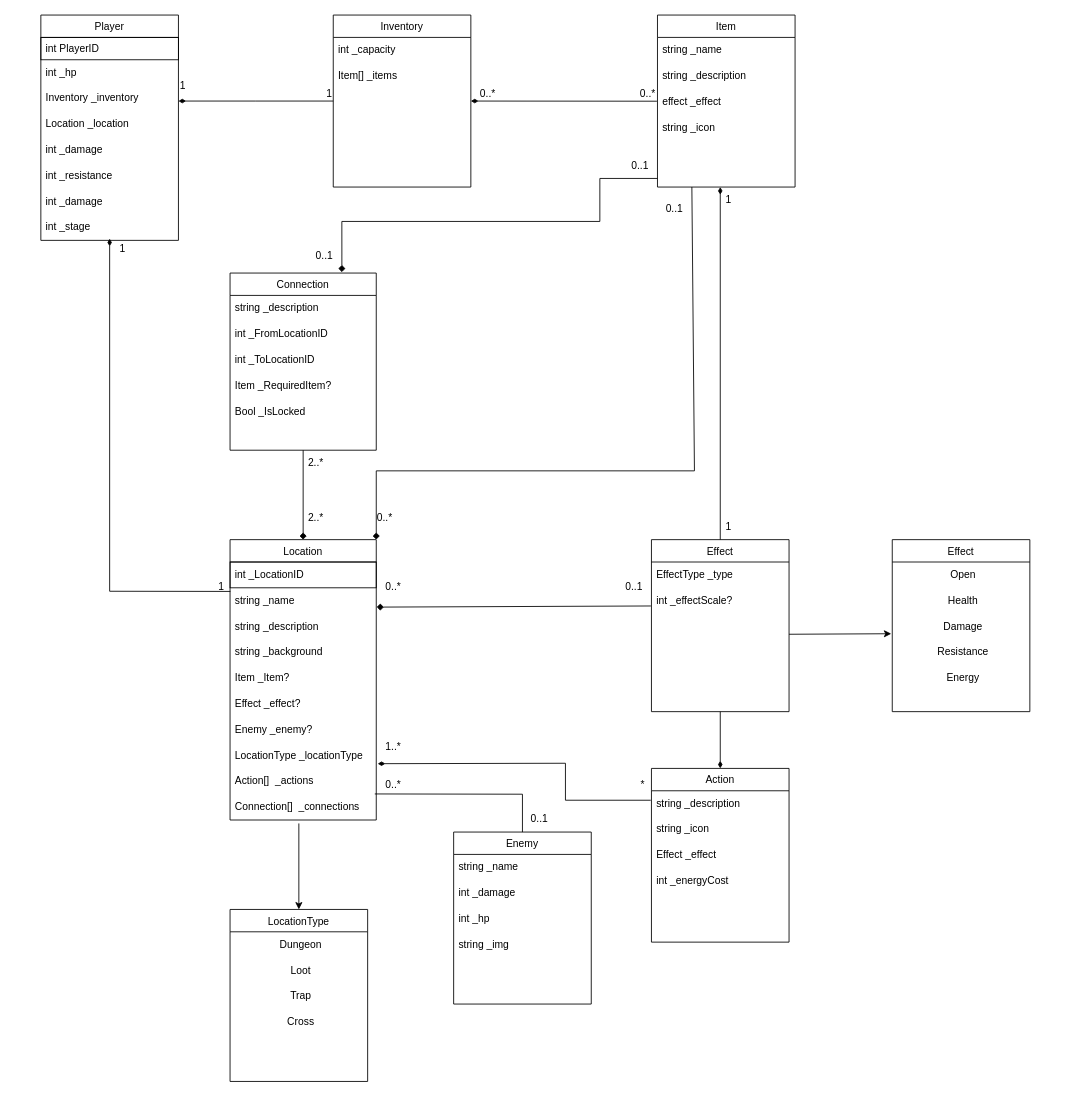
The draw.io diagram UML/GamebookModels.drawio in pslib-cz/2023-p3a-web-gamebook-kelbasa-matejka, before the edit. Source tidied: cells renumbered, new cells numbered last; positions are measured from the earlier drawing's top-left corner, leaving out a move shared by most shapes. Both pictures are drawn from the tidied source at 86%, with x=0, y=0 at pixel (40, 15).
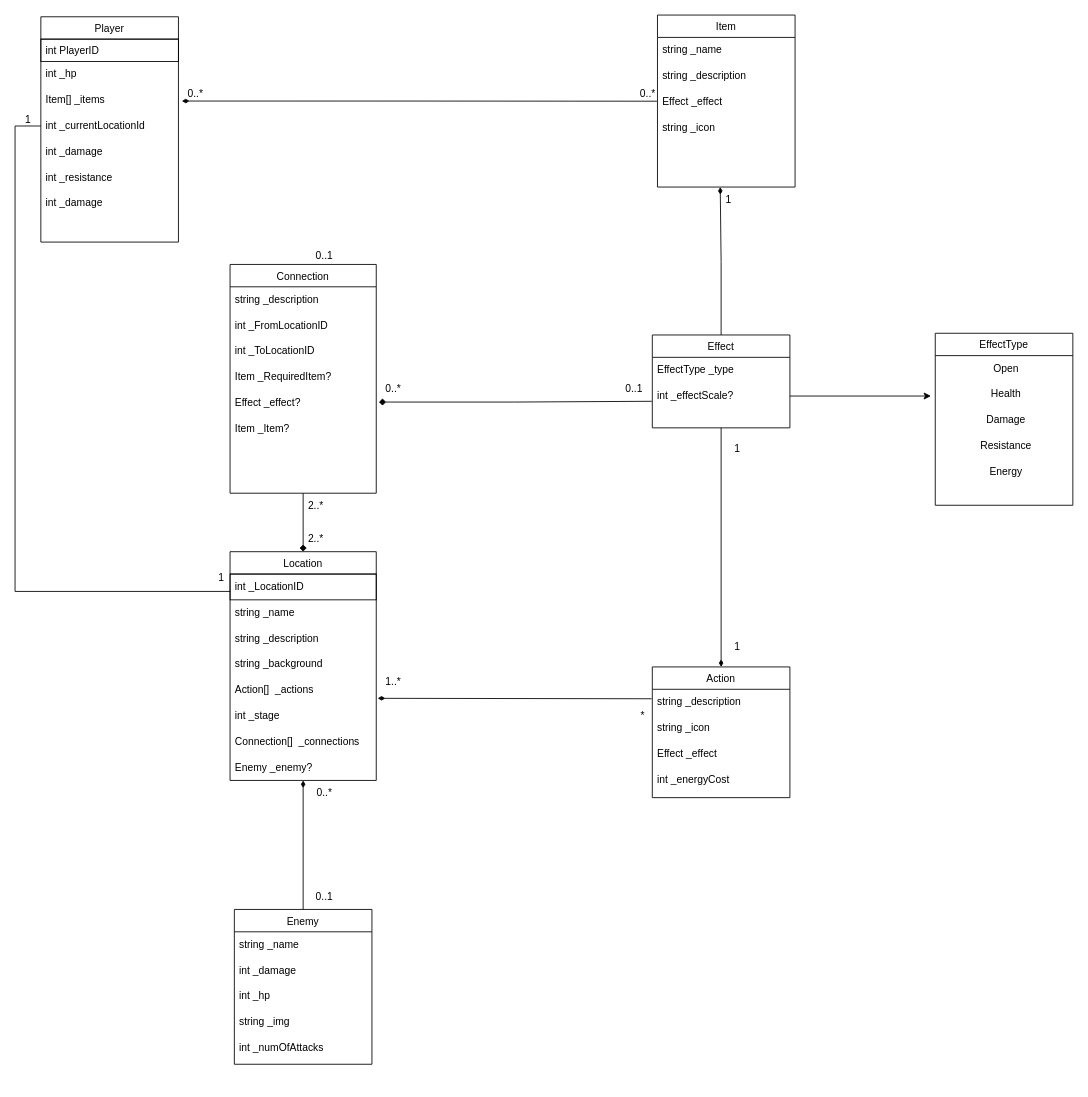
Above is the later version.

Commit message (it also covers changes not shown here):
Minimalizace diagramu

The change refers to these unchanged cells:
```xml
<mxCell id="17" value="Item" style="swimlane;fontStyle=0;align=center;verticalAlign=top;horizontal=1;startSize=26;rounded=0;shadow=0;strokeWidth=1;" parent="1" vertex="1">
  <mxGeometry x="717" width="160" height="200" as="geometry" />
</mxCell>
<mxCell id="27" value="int _effectScale?" style="text;html=1;align=left;verticalAlign=middle;points=[];strokeColor=none;fillColor=none;spacingLeft=4;" parent="25" vertex="1">
  <mxGeometry y="56" width="160" height="30" as="geometry" />
</mxCell>
<mxCell id="33" value="Health" style="text;html=1;align=center;verticalAlign=middle;points=[];strokeColor=none;fillColor=none;spacingLeft=4;" parent="31" vertex="1">
  <mxGeometry y="56" width="160" height="30" as="geometry" />
</mxCell>
<mxCell id="34" value="Damage" style="text;html=1;align=center;verticalAlign=middle;points=[];strokeColor=none;fillColor=none;spacingLeft=4;" parent="31" vertex="1">
  <mxGeometry y="86" width="160" height="30" as="geometry" />
</mxCell>
<mxCell id="40" value="string _name" style="text;html=1;align=left;verticalAlign=middle;points=[];strokeColor=none;fillColor=none;spacingLeft=4;" parent="38" vertex="1">
  <mxGeometry y="56" width="170" height="30" as="geometry" />
</mxCell>
<mxCell id="83" value="string _description" style="text;html=1;align=left;verticalAlign=middle;points=[];strokeColor=none;fillColor=none;spacingLeft=4;" parent="82" vertex="1">
  <mxGeometry y="26" width="160" height="30" as="geometry" />
</mxCell>
```

The edit, as a diff of the source:
```diff
@@
     <mxCell id="2" value="Player" style="swimlane;fontStyle=0;align=center;verticalAlign=top;horizontal=1;startSize=26;rounded=0;shadow=0;strokeWidth=1;" parent="1" vertex="1">
-      <mxGeometry width="160" height="262" as="geometry" />
+      <mxGeometry y="2" width="160" height="262" as="geometry" />
     </mxCell>
@@
-    <mxCell id="5" value="Inventory _inventory" style="text;html=1;align=left;verticalAlign=middle;points=[];strokeColor=none;fillColor=none;spacingLeft=4;" parent="2" vertex="1">
+    <mxCell id="5" value="Item[] _items" style="text;html=1;align=left;verticalAlign=middle;points=[];strokeColor=none;fillColor=none;spacingLeft=4;" parent="2" vertex="1">
       <mxGeometry y="82" width="160" height="30" as="geometry" />
     </mxCell>
-    <mxCell id="6" value="Location _location" style="text;html=1;align=left;verticalAlign=middle;points=[];strokeColor=none;fillColor=none;spacingLeft=4;" parent="2" vertex="1">
+    <mxCell id="6" value="int _currentLocationId" style="text;html=1;align=left;verticalAlign=middle;points=[];strokeColor=none;fillColor=none;spacingLeft=4;" parent="2" vertex="1">
       <mxGeometry y="112" width="160" height="30" as="geometry" />
     </mxCell>
@@
-    <mxCell id="10" value="int _stage" style="text;html=1;align=left;verticalAlign=middle;strokeColor=none;fillColor=none;spacingLeft=4;" parent="2" vertex="1">
-      <mxGeometry y="232" width="160" height="30" as="geometry" />
-    </mxCell>
-    <mxCell id="11" value="Inventory" style="swimlane;fontStyle=0;align=center;verticalAlign=top;horizontal=1;startSize=26;rounded=0;shadow=0;strokeWidth=1;" parent="1" vertex="1">
-      <mxGeometry x="340" width="160" height="200" as="geometry" />
-    </mxCell>
-    <mxCell id="12" value="int _capacity" style="text;html=1;align=left;verticalAlign=middle;strokeColor=none;fillColor=none;spacingLeft=4;" parent="11" vertex="1">
-      <mxGeometry y="26" width="160" height="30" as="geometry" />
-    </mxCell>
-    <mxCell id="13" value="Item[] _items" style="text;html=1;align=left;verticalAlign=middle;strokeColor=none;fillColor=none;spacingLeft=4;" parent="11" vertex="1">
-      <mxGeometry y="56" width="160" height="30" as="geometry" />
-    </mxCell>
-    <mxCell id="14" style="endArrow=none;shadow=0;strokeWidth=1;rounded=0;endFill=0;edgeStyle=elbowEdgeStyle;elbow=vertical;startArrow=diamondThin;startFill=1;" parent="1" edge="1" source="2" target="11">
-      <mxGeometry x="0.5" y="41" relative="1" as="geometry">
-        <mxPoint x="-40" y="32" as="offset" />
-      </mxGeometry>
-    </mxCell>
-    <mxCell id="15" value="1" style="align=left;verticalAlign=bottom;labelBackgroundColor=none;fontSize=12;" parent="14" vertex="1">
-      <mxGeometry x="-1" relative="1" as="geometry">
-        <mxPoint y="-10" as="offset" />
-      </mxGeometry>
-    </mxCell>
-    <mxCell id="16" value="1" style="align=right;verticalAlign=bottom;labelBackgroundColor=none;fontSize=12;" parent="14" vertex="1">
-      <mxGeometry x="1" relative="1" as="geometry" />
-    </mxCell>
@@
-    <mxCell id="20" value="effect _effect" style="text;html=1;align=left;verticalAlign=middle;points=[];strokeColor=none;fillColor=none;spacingLeft=4;" parent="17" vertex="1">
+    <mxCell id="20" value="Effect _effect" style="text;html=1;align=left;verticalAlign=middle;points=[];strokeColor=none;fillColor=none;spacingLeft=4;" parent="17" vertex="1">
       <mxGeometry y="86" width="160" height="30" as="geometry" />
     </mxCell>
@@
-    <mxCell id="22" style="endArrow=none;html=1;rounded=0;exitX=1;exitY=0.5;exitDx=0;exitDy=0;startArrow=diamondThin;startFill=1;entryX=-0.004;entryY=0.473;entryDx=0;entryDy=0;entryPerimeter=0;" parent="1" edge="1" source="11" target="20">
+    <mxCell id="22" style="endArrow=none;html=1;rounded=0;exitX=1.025;exitY=0.533;exitDx=0;exitDy=0;startArrow=diamondThin;startFill=1;entryX=-0.004;entryY=0.473;entryDx=0;entryDy=0;entryPerimeter=0;exitPerimeter=0;edgeStyle=orthogonalEdgeStyle;" parent="1" edge="1" source="5" target="20">
       <mxGeometry relative="1" as="geometry" />
     </mxCell>
     <mxCell id="23" value="0..*" style="align=right;verticalAlign=bottom;labelBackgroundColor=none;fontSize=12;" parent="1" vertex="1">
-      <mxGeometry x="530" y="100" as="geometry" />
+      <mxGeometry x="190" y="100" as="geometry" />
     </mxCell>
@@
     <mxCell id="25" value="Effect" style="swimlane;fontStyle=0;align=center;verticalAlign=top;horizontal=1;startSize=26;rounded=0;shadow=0;strokeWidth=1;" parent="1" vertex="1">
-      <mxGeometry x="710" y="610" width="160" height="200" as="geometry" />
+      <mxGeometry x="711" y="372" width="160" height="108" as="geometry" />
     </mxCell>
@@
-    <mxCell id="28" style="endArrow=diamondThin;html=1;rounded=0;endFill=1;exitX=0.5;exitY=0;exitDx=0;exitDy=0;" parent="1" edge="1" source="25">
+    <mxCell id="28" style="endArrow=diamondThin;html=1;rounded=0;endFill=1;exitX=0.5;exitY=0;exitDx=0;exitDy=0;edgeStyle=orthogonalEdgeStyle;" parent="1" edge="1" source="25">
       <mxGeometry relative="1" as="geometry">
         <mxPoint x="790" y="200" as="targetPoint" />
       </mxGeometry>
     </mxCell>
@@
     <mxCell id="30" value="1" style="text;html=1;strokeColor=none;fillColor=none;align=center;verticalAlign=middle;whiteSpace=wrap;rounded=0;" parent="1" vertex="1">
-      <mxGeometry x="790" y="580" width="20" height="30" as="geometry" />
+      <mxGeometry x="800" y="490" width="20" height="30" as="geometry" />
     </mxCell>
-    <mxCell id="31" value="Effect" style="swimlane;fontStyle=0;align=center;verticalAlign=top;horizontal=1;startSize=26;rounded=0;shadow=0;strokeWidth=1;" parent="1" vertex="1">
-      <mxGeometry x="990" y="610" width="160" height="200" as="geometry" />
+    <mxCell id="31" value="EffectType" style="swimlane;fontStyle=0;align=center;verticalAlign=top;horizontal=1;startSize=26;rounded=0;shadow=0;strokeWidth=1;" parent="1" vertex="1">
+      <mxGeometry x="1040" y="370" width="160" height="200" as="geometry" />
     </mxCell>
@@
-    <mxCell id="37" style="endArrow=classic;html=1;rounded=0;entryX=-0.007;entryY=0.78;entryDx=0;entryDy=0;entryPerimeter=0;" parent="1" edge="1" target="34">
-      <mxGeometry relative="1" as="geometry">
-        <mxPoint x="870" y="720" as="sourcePoint" />
-      </mxGeometry>
-    </mxCell>
     <mxCell id="38" value="Location" style="swimlane;fontStyle=0;align=center;verticalAlign=top;horizontal=1;startSize=26;rounded=0;shadow=0;strokeWidth=1;" parent="1" vertex="1">
-      <mxGeometry x="220" y="610" width="170" height="326" as="geometry" />
+      <mxGeometry x="220" y="624" width="170" height="266" as="geometry" />
     </mxCell>
@@
-    <mxCell id="43" value="Item _Item?" style="text;html=1;align=left;verticalAlign=middle;strokeColor=none;fillColor=none;spacingLeft=4;" parent="38" vertex="1">
-      <mxGeometry y="146" width="170" height="30" as="geometry" />
-    </mxCell>
-    <mxCell id="44" value="Effect _effect?" style="text;html=1;align=left;verticalAlign=middle;points=[];strokeColor=none;fillColor=none;spacingLeft=4;" parent="38" vertex="1">
-      <mxGeometry y="176" width="170" height="30" as="geometry" />
-    </mxCell>
+    <mxCell id="47" value="Action[]&amp;nbsp; _actions" style="text;html=1;align=left;verticalAlign=middle;points=[];strokeColor=none;fillColor=none;spacingLeft=4;" parent="38" vertex="1">
+      <mxGeometry y="146" width="170" height="30" as="geometry" />
+    </mxCell>
+    <mxCell id="10" value="int _stage" style="text;html=1;align=left;verticalAlign=middle;strokeColor=none;fillColor=none;spacingLeft=4;" parent="38" vertex="1">
+      <mxGeometry y="176" width="170" height="30" as="geometry" />
+    </mxCell>
+    <mxCell id="48" value="Connection[]&amp;nbsp; _connections" style="text;html=1;align=left;verticalAlign=middle;strokeColor=none;fillColor=none;spacingLeft=4;" parent="38" vertex="1">
+      <mxGeometry y="206" width="170" height="30" as="geometry" />
+    </mxCell>
     <mxCell id="45" value="Enemy _enemy?" style="text;html=1;align=left;verticalAlign=middle;points=[];strokeColor=none;fillColor=none;spacingLeft=4;" parent="38" vertex="1">
-      <mxGeometry y="206" width="170" height="30" as="geometry" />
+      <mxGeometry y="236" width="170" height="30" as="geometry" />
     </mxCell>
-    <mxCell id="46" value="LocationType _locationType" style="text;html=1;align=left;verticalAlign=middle;points=[];strokeColor=none;fillColor=none;spacingLeft=4;" parent="38" vertex="1">
-      <mxGeometry y="236" width="170" height="30" as="geometry" />
-    </mxCell>
-    <mxCell id="47" value="Action[]&amp;nbsp; _actions" style="text;html=1;align=left;verticalAlign=middle;points=[];strokeColor=none;fillColor=none;spacingLeft=4;" parent="38" vertex="1">
-      <mxGeometry y="266" width="170" height="30" as="geometry" />
-    </mxCell>
-    <mxCell id="48" value="Connection[]&amp;nbsp; _connections" style="text;html=1;align=left;verticalAlign=middle;strokeColor=none;fillColor=none;spacingLeft=4;" parent="38" vertex="1">
-      <mxGeometry y="296" width="170" height="30" as="geometry" />
-    </mxCell>
-    <mxCell id="49" style="endArrow=none;html=1;rounded=0;entryX=0.25;entryY=1;entryDx=0;entryDy=0;exitX=1;exitY=0;exitDx=0;exitDy=0;startArrow=diamond;startFill=1;" parent="1" edge="1" source="38" target="17">
-      <mxGeometry relative="1" as="geometry">
-        <Array as="points">
-          <mxPoint x="390" y="530" />
-          <mxPoint x="760" y="530" />
-        </Array>
-      </mxGeometry>
-    </mxCell>
-    <mxCell id="50" style="endArrow=none;html=1;rounded=0;exitX=1.003;exitY=0.748;exitDx=0;exitDy=0;entryX=-0.004;entryY=0.704;entryDx=0;entryDy=0;entryPerimeter=0;startArrow=diamond;startFill=1;exitPerimeter=0;" parent="1" edge="1" source="40" target="27">
+    <mxCell id="50" style="endArrow=none;html=1;rounded=0;entryX=-0.004;entryY=0.704;entryDx=0;entryDy=0;entryPerimeter=0;startArrow=diamond;startFill=1;exitX=1.018;exitY=0.467;exitDx=0;exitDy=0;exitPerimeter=0;edgeStyle=orthogonalEdgeStyle;" parent="1" edge="1" source="44" target="27">
       <mxGeometry relative="1" as="geometry" />
     </mxCell>
-    <mxCell id="51" value="0..*" style="text;html=1;strokeColor=none;fillColor=none;align=center;verticalAlign=middle;whiteSpace=wrap;rounded=0;" parent="1" vertex="1">
-      <mxGeometry x="390" y="570" width="20" height="30" as="geometry" />
-    </mxCell>
-    <mxCell id="52" value="0..1" style="text;html=1;strokeColor=none;fillColor=none;align=center;verticalAlign=middle;whiteSpace=wrap;rounded=0;" parent="1" vertex="1">
-      <mxGeometry x="717" y="210" width="40" height="30" as="geometry" />
-    </mxCell>
     <mxCell id="53" value="0..*" style="text;html=1;strokeColor=none;fillColor=none;align=center;verticalAlign=middle;whiteSpace=wrap;rounded=0;" parent="1" vertex="1">
-      <mxGeometry x="400" y="650" width="20" height="30" as="geometry" />
+      <mxGeometry x="400" y="420" width="20" height="30" as="geometry" />
     </mxCell>
     <mxCell id="54" value="0..1" style="text;html=1;strokeColor=none;fillColor=none;align=center;verticalAlign=middle;whiteSpace=wrap;rounded=0;" parent="1" vertex="1">
-      <mxGeometry x="680" y="650" width="20" height="30" as="geometry" />
+      <mxGeometry x="680" y="420" width="20" height="30" as="geometry" />
     </mxCell>
-    <mxCell id="55" value="LocationType" style="swimlane;fontStyle=0;align=center;verticalAlign=top;horizontal=1;startSize=26;rounded=0;shadow=0;strokeWidth=1;" parent="1" vertex="1">
-      <mxGeometry x="220" y="1040" width="160" height="200" as="geometry" />
-    </mxCell>
-    <mxCell id="56" value="Dungeon" style="text;html=1;align=center;verticalAlign=middle;strokeColor=none;fillColor=none;spacingLeft=4;" parent="55" vertex="1">
-      <mxGeometry y="26" width="160" height="30" as="geometry" />
-    </mxCell>
-    <mxCell id="57" value="Loot" style="text;html=1;align=center;verticalAlign=middle;strokeColor=none;fillColor=none;spacingLeft=4;" parent="55" vertex="1">
-      <mxGeometry y="56" width="160" height="30" as="geometry" />
-    </mxCell>
-    <mxCell id="58" value="Trap" style="text;html=1;align=center;verticalAlign=middle;strokeColor=none;fillColor=none;spacingLeft=4;" parent="55" vertex="1">
-      <mxGeometry y="86" width="160" height="30" as="geometry" />
-    </mxCell>
-    <mxCell id="59" value="Cross" style="text;html=1;align=center;verticalAlign=middle;strokeColor=none;fillColor=none;spacingLeft=4;" parent="55" vertex="1">
-      <mxGeometry y="116" width="160" height="30" as="geometry" />
-    </mxCell>
-    <mxCell id="60" style="endArrow=classic;html=1;rounded=0;entryX=0.5;entryY=0;entryDx=0;entryDy=0;" parent="1" edge="1" target="55">
-      <mxGeometry relative="1" as="geometry">
-        <mxPoint x="300" y="940" as="sourcePoint" />
-      </mxGeometry>
-    </mxCell>
-    <mxCell id="61" style="endArrow=diamondThin;html=1;rounded=0;exitX=1.021;exitY=1.072;exitDx=0;exitDy=0;startArrow=none;startFill=0;endFill=1;exitPerimeter=0;" parent="1" edge="1">
+    <mxCell id="61" style="endArrow=none;html=1;rounded=0;exitX=1.021;exitY=1.072;exitDx=0;exitDy=0;startArrow=none;startFill=0;endFill=0;exitPerimeter=0;edgeStyle=orthogonalEdgeStyle;" parent="1" edge="1" target="6">
       <mxGeometry relative="1" as="geometry">
         <mxPoint x="220.4" y="670.2" as="sourcePoint" />
-        <mxPoint x="80" y="260" as="targetPoint" />
         <Array as="points">
-          <mxPoint x="80" y="670" />
+          <mxPoint x="-30" y="670" />
+          <mxPoint x="-30" y="129" />
         </Array>
       </mxGeometry>
     </mxCell>
     <mxCell id="62" value="1" style="text;html=1;strokeColor=none;fillColor=none;align=center;verticalAlign=middle;whiteSpace=wrap;rounded=0;" parent="1" vertex="1">
-      <mxGeometry x="200" y="650" width="20" height="30" as="geometry" />
+      <mxGeometry x="200" y="640" width="20" height="30" as="geometry" />
     </mxCell>
     <mxCell id="63" value="Connection" style="swimlane;fontStyle=0;align=center;verticalAlign=top;horizontal=1;startSize=26;rounded=0;shadow=0;strokeWidth=1;" parent="1" vertex="1">
-      <mxGeometry x="220" y="300" width="170" height="206" as="geometry" />
+      <mxGeometry x="220" y="290" width="170" height="266" as="geometry" />
     </mxCell>
@@
-    <mxCell id="68" value="Bool _IsLocked" style="text;html=1;align=left;verticalAlign=middle;strokeColor=none;fillColor=none;spacingLeft=4;" parent="63" vertex="1">
-      <mxGeometry y="146" width="170" height="30" as="geometry" />
-    </mxCell>
+    <mxCell id="44" value="Effect _effect?" style="text;html=1;align=left;verticalAlign=middle;points=[];strokeColor=none;fillColor=none;spacingLeft=4;" parent="63" vertex="1">
+      <mxGeometry y="146" width="170" height="30" as="geometry" />
+    </mxCell>
+    <mxCell id="43" value="Item _Item?" style="text;html=1;align=left;verticalAlign=middle;strokeColor=none;fillColor=none;spacingLeft=4;" parent="63" vertex="1">
+      <mxGeometry y="176" width="170" height="30" as="geometry" />
+    </mxCell>
@@
     <mxCell id="70" value="2..*" style="text;html=1;strokeColor=none;fillColor=none;align=center;verticalAlign=middle;whiteSpace=wrap;rounded=0;" parent="1" vertex="1">
-      <mxGeometry x="310" y="570" width="20" height="30" as="geometry" />
+      <mxGeometry x="310" y="594" width="20" height="30" as="geometry" />
     </mxCell>
     <mxCell id="71" value="2..*" style="text;html=1;strokeColor=none;fillColor=none;align=center;verticalAlign=middle;whiteSpace=wrap;rounded=0;" parent="1" vertex="1">
-      <mxGeometry x="310" y="506" width="20" height="30" as="geometry" />
+      <mxGeometry x="310" y="556" width="20" height="30" as="geometry" />
     </mxCell>
     <mxCell id="72" value="Enemy" style="swimlane;fontStyle=0;align=center;verticalAlign=top;horizontal=1;startSize=26;rounded=0;shadow=0;strokeWidth=1;" parent="1" vertex="1">
-      <mxGeometry x="480" y="950" width="160" height="200" as="geometry" />
+      <mxGeometry x="225" y="1040" width="160" height="180" as="geometry" />
     </mxCell>
@@
-    <mxCell id="77" style="endArrow=none;html=1;rounded=0;entryX=0.5;entryY=0;entryDx=0;entryDy=0;exitX=0.99;exitY=0.99;exitDx=0;exitDy=0;exitPerimeter=0;" parent="1" edge="1" source="47" target="72">
-      <mxGeometry relative="1" as="geometry">
-        <Array as="points">
-          <mxPoint x="560" y="906" />
-        </Array>
-      </mxGeometry>
-    </mxCell>
+    <mxCell id="93" value="int _numOfAttacks" style="text;html=1;align=left;verticalAlign=middle;strokeColor=none;fillColor=none;spacingLeft=4;" parent="72" vertex="1">
+      <mxGeometry y="146" width="160" height="30" as="geometry" />
+    </mxCell>
     <mxCell id="78" value="1..*" style="text;html=1;strokeColor=none;fillColor=none;align=center;verticalAlign=middle;whiteSpace=wrap;rounded=0;" parent="1" vertex="1">
-      <mxGeometry x="400" y="836" width="20" height="30" as="geometry" />
+      <mxGeometry x="400" y="760" width="20" height="30" as="geometry" />
     </mxCell>
     <mxCell id="79" value="0..1" style="text;html=1;strokeColor=none;fillColor=none;align=center;verticalAlign=middle;whiteSpace=wrap;rounded=0;" parent="1" vertex="1">
-      <mxGeometry x="570" y="920" width="20" height="30" as="geometry" />
+      <mxGeometry x="320" y="1010" width="20" height="30" as="geometry" />
     </mxCell>
-    <mxCell id="80" style="endArrow=none;html=1;rounded=0;exitX=0.765;exitY=-0.005;exitDx=0;exitDy=0;startArrow=diamond;startFill=1;entryX=1;entryY=1;entryDx=0;entryDy=0;exitPerimeter=0;" parent="1" edge="1" source="63" target="92">
-      <mxGeometry relative="1" as="geometry">
-        <Array as="points">
-          <mxPoint x="350" y="240" />
-          <mxPoint x="650" y="240" />
-          <mxPoint x="650" y="190" />
-        </Array>
-      </mxGeometry>
-    </mxCell>
@@
     <mxCell id="82" value="Action" style="swimlane;fontStyle=0;align=center;verticalAlign=top;horizontal=1;startSize=26;rounded=0;shadow=0;strokeWidth=1;" parent="1" vertex="1">
-      <mxGeometry x="710" y="876" width="160" height="202" as="geometry" />
+      <mxGeometry x="711" y="758" width="160" height="152" as="geometry" />
     </mxCell>
@@
     <mxCell id="87" value="1" style="align=left;verticalAlign=bottom;labelBackgroundColor=none;fontSize=12;" parent="1" vertex="1">
-      <mxGeometry x="90" y="280" width="160" as="geometry" />
+      <mxGeometry x="-20" y="130" width="160" as="geometry" />
     </mxCell>
-    <mxCell id="88" style="endArrow=none;html=1;rounded=0;exitX=0.5;exitY=0;exitDx=0;exitDy=0;entryX=0.5;entryY=1;entryDx=0;entryDy=0;endFill=0;startArrow=diamondThin;startFill=1;" parent="1" edge="1" source="82" target="25">
+    <mxCell id="88" style="endArrow=none;html=1;rounded=0;exitX=0.5;exitY=0;exitDx=0;exitDy=0;entryX=0.5;entryY=1;entryDx=0;entryDy=0;endFill=0;startArrow=diamondThin;startFill=1;edgeStyle=orthogonalEdgeStyle;" parent="1" edge="1" source="82" target="25">
       <mxGeometry relative="1" as="geometry" />
     </mxCell>
-    <mxCell id="89" style="endArrow=none;html=1;rounded=0;exitX=1.01;exitY=0.817;exitDx=0;exitDy=0;entryX=-0.005;entryY=0.367;entryDx=0;entryDy=0;endFill=0;startArrow=diamondThin;startFill=1;exitPerimeter=0;entryPerimeter=0;" parent="1" edge="1" source="46" target="83">
+    <mxCell id="89" style="endArrow=none;html=1;rounded=0;exitX=1.01;exitY=0.817;exitDx=0;exitDy=0;entryX=-0.005;entryY=0.367;entryDx=0;entryDy=0;endFill=0;startArrow=diamondThin;startFill=1;exitPerimeter=0;entryPerimeter=0;edgeStyle=orthogonalEdgeStyle;" parent="1" edge="1" target="83">
       <mxGeometry relative="1" as="geometry">
-        <Array as="points">
-          <mxPoint x="610" y="870" />
-          <mxPoint x="610" y="913" />
-        </Array>
+        <mxPoint x="391.7" y="794.5" as="sourcePoint" />
       </mxGeometry>
     </mxCell>
     <mxCell id="90" value="0..*" style="text;html=1;strokeColor=none;fillColor=none;align=center;verticalAlign=middle;whiteSpace=wrap;rounded=0;" parent="1" vertex="1">
-      <mxGeometry x="400" y="880" width="20" height="30" as="geometry" />
+      <mxGeometry x="320" y="890" width="20" height="30" as="geometry" />
     </mxCell>
     <mxCell id="91" value="*" style="text;html=1;strokeColor=none;fillColor=none;align=center;verticalAlign=middle;whiteSpace=wrap;rounded=0;" parent="1" vertex="1">
-      <mxGeometry x="690" y="880" width="20" height="30" as="geometry" />
+      <mxGeometry x="690" y="800" width="20" height="30" as="geometry" />
     </mxCell>
-    <mxCell id="92" value="0..1" style="text;html=1;strokeColor=none;fillColor=none;align=center;verticalAlign=middle;whiteSpace=wrap;rounded=0;" parent="1" vertex="1">
-      <mxGeometry x="677" y="160" width="40" height="30" as="geometry" />
-    </mxCell>
+    <mxCell id="94" style="edgeStyle=orthogonalEdgeStyle;rounded=0;jettySize=auto;html=1;endArrow=none;endFill=0;startArrow=diamondThin;startFill=1;" parent="1" edge="1" source="45" target="72">
+      <mxGeometry relative="1" as="geometry" />
+    </mxCell>
+    <mxCell id="95" style="edgeStyle=orthogonalEdgeStyle;rounded=0;jettySize=auto;html=1;entryX=-0.031;entryY=0.567;entryDx=0;entryDy=0;entryPerimeter=0;" parent="1" edge="1" source="27" target="33">
+      <mxGeometry relative="1" as="geometry" />
+    </mxCell>
+    <mxCell id="96" value="1" style="text;html=1;strokeColor=none;fillColor=none;align=center;verticalAlign=middle;whiteSpace=wrap;rounded=0;" parent="1" vertex="1">
+      <mxGeometry x="800" y="720" width="20" height="30" as="geometry" />
+    </mxCell>
```
